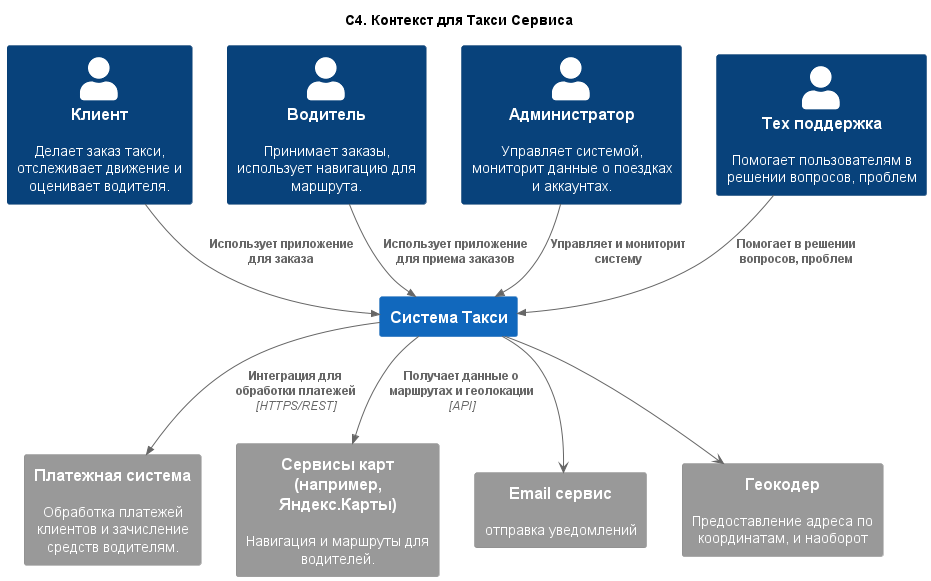
The PlantUML diagram out/2. Технический проект/1_context/context/Диаграмма контекста.png in den990/PPO, before a commit.
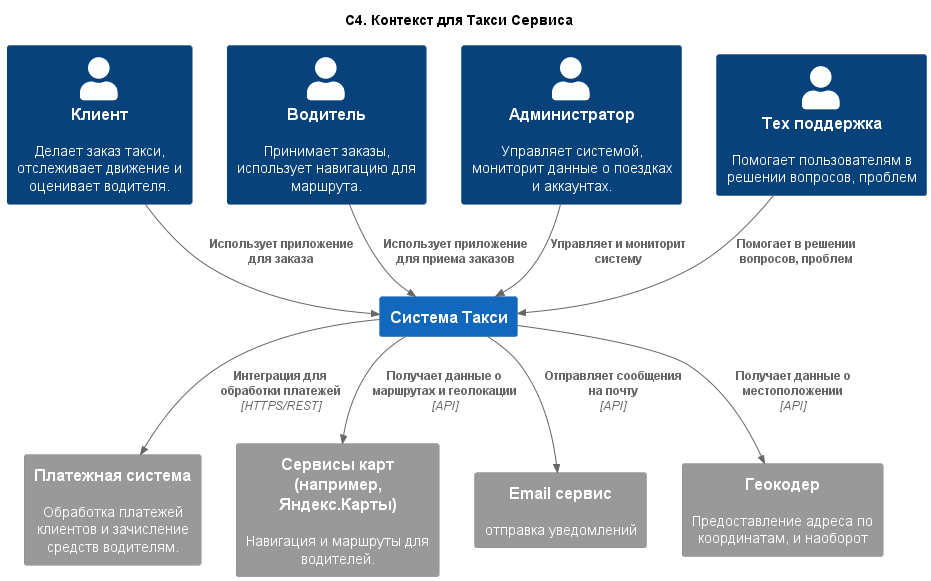
After the commit.

What changed in the source:
```diff
@@ -24,8 +24,8 @@
 Rel(taxiService, mapService, "Получает данные о маршрутах и геолокации", "API")
 
 System_Ext(email, "Email сервис", "отправка уведомлений")
-taxiService --> email
+Rel(taxiService, email, "Отправляет сообщения на почту", "API")
 
 System_Ext(geocoder, "Геокодер", "Предоставление адреса по координатам, и наоборот")
-taxiService --> geocoder
+Rel(taxiService, geocoder, "Получает данные о местоположении", "API")
 @enduml
```
